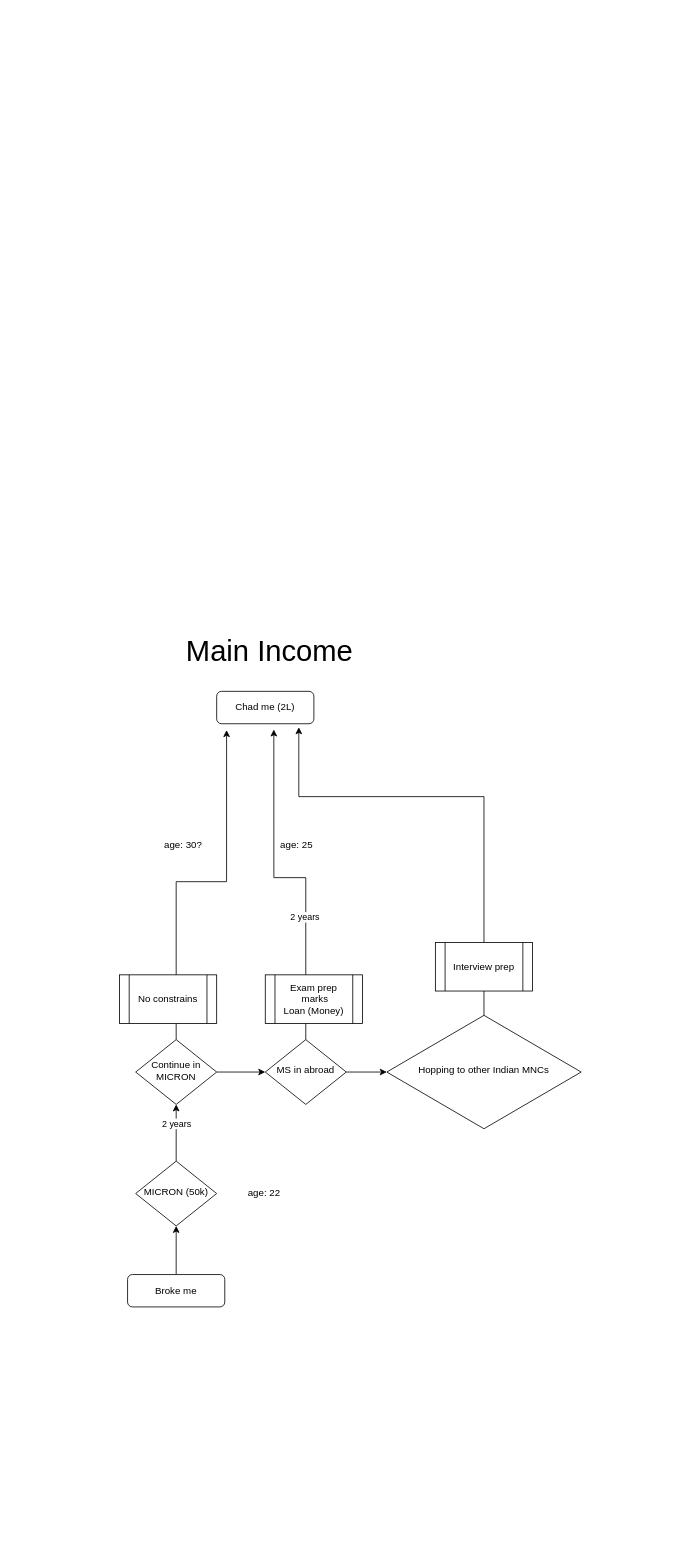
Earlier version of the draw.io diagram Untitled Diagram.drawio (blackcloud007/Motivation). Source tidied: cells renumbered, new cells numbered last; positions are measured from the earlier drawing's top-left corner, leaving out a move shared by most shapes. Both pictures are drawn from the tidied source at 81%, with x=0, y=0 at pixel (119, 626).
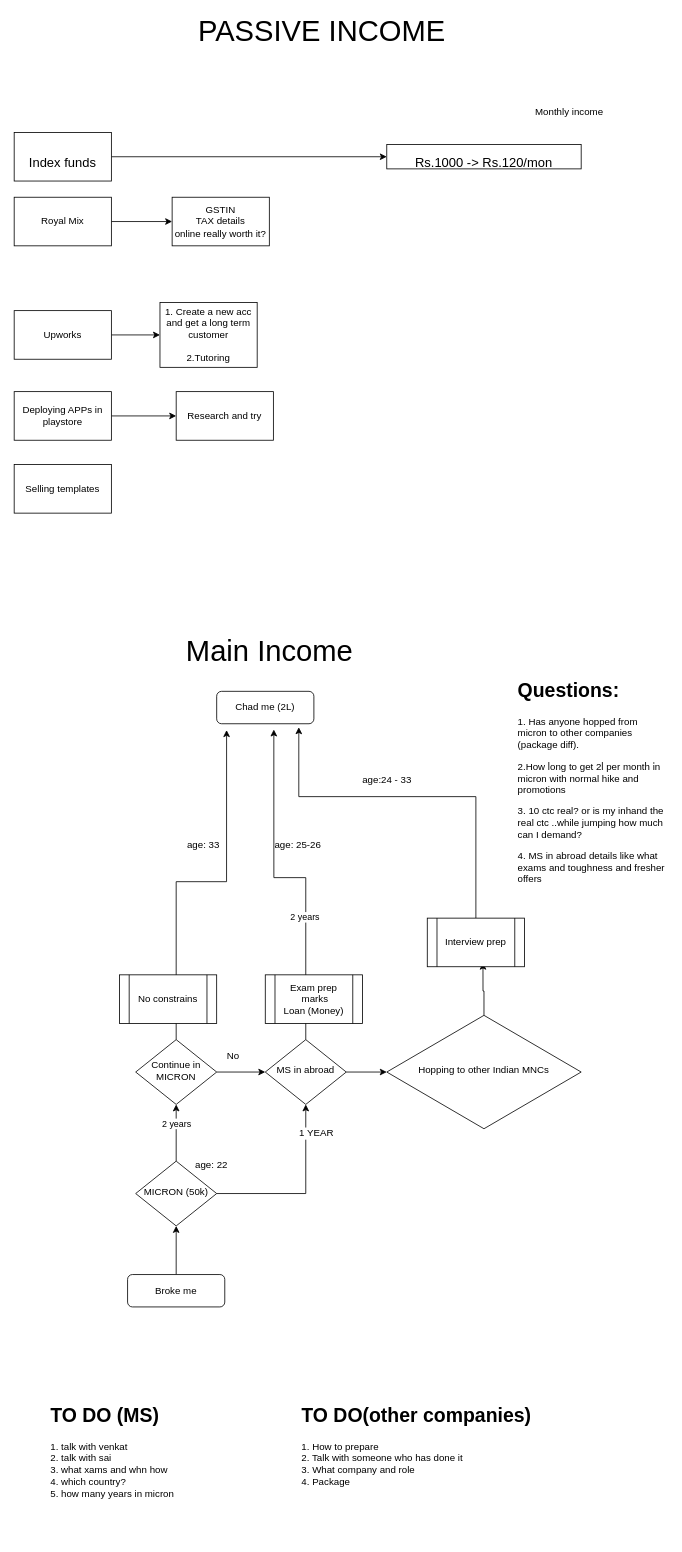
Above is the later version.

Unchanged cells that the change refers to:
```xml
<mxCell id="2" value="Chad me (2L)" style="rounded=1;whiteSpace=wrap;html=1;fontSize=12;glass=0;strokeWidth=1;shadow=0;" parent="1" vertex="1">
  <mxGeometry x="120" y="80" width="120" height="40" as="geometry" />
</mxCell>
<mxCell id="5" value="MICRON (50k)" style="rhombus;whiteSpace=wrap;html=1;shadow=0;fontFamily=Helvetica;fontSize=12;align=center;strokeWidth=1;spacing=6;spacingTop=-4;" parent="1" vertex="1">
  <mxGeometry x="20" y="660" width="100" height="80" as="geometry" />
</mxCell>
<mxCell id="14" value="MS in abroad" style="rhombus;whiteSpace=wrap;html=1;shadow=0;fontFamily=Helvetica;fontSize=12;align=center;strokeWidth=1;spacing=6;spacingTop=-4;" parent="1" vertex="1">
  <mxGeometry x="180" y="510" width="100" height="80" as="geometry" />
</mxCell>
<mxCell id="16" value="Hopping to other Indian MNCs" style="rhombus;whiteSpace=wrap;html=1;shadow=0;fontFamily=Helvetica;fontSize=12;align=center;strokeWidth=1;spacing=6;spacingTop=-4;" parent="1" vertex="1">
  <mxGeometry x="330" y="480" width="240" height="140" as="geometry" />
</mxCell>
```

What changed in the source:
```diff
@@
-    <mxCell id="15" style="edgeStyle=orthogonalEdgeStyle;rounded=0;jettySize=auto;html=1;entryX=0.845;entryY=1.108;entryDx=0;entryDy=0;entryPerimeter=0;" parent="1" edge="1" source="16" target="2">
+    <mxCell id="15" style="edgeStyle=orthogonalEdgeStyle;rounded=0;jettySize=auto;html=1;entryX=0.845;entryY=1.108;entryDx=0;entryDy=0;entryPerimeter=0;startArrow=none;" parent="1" edge="1" source="22" target="2">
       <mxGeometry relative="1" as="geometry">
         <Array as="points">
-          <mxPoint x="450" y="210" />
           <mxPoint x="221" y="210" />
         </Array>
       </mxGeometry>
     </mxCell>
+    <mxCell id="24" style="edgeStyle=orthogonalEdgeStyle;rounded=0;jettySize=auto;html=1;entryX=0.573;entryY=0.918;entryDx=0;entryDy=0;entryPerimeter=0;fontSize=36;" parent="1" edge="1" source="16" target="22">
+      <mxGeometry relative="1" as="geometry" />
+    </mxCell>
@@
+    <mxCell id="25" style="edgeStyle=orthogonalEdgeStyle;rounded=0;jettySize=auto;html=1;entryX=0.5;entryY=1;entryDx=0;entryDy=0;fontSize=12;exitX=1;exitY=0.5;exitDx=0;exitDy=0;" parent="1" edge="1" source="5" target="14">
+      <mxGeometry relative="1" as="geometry" />
+    </mxCell>
+    <mxCell id="26" value="1 YEAR" style="edgeLabel;html=1;align=center;verticalAlign=middle;fontSize=12;" parent="25" vertex="1">
+      <mxGeometry x="0.67" y="-12" relative="1" as="geometry">
+        <mxPoint y="-1" as="offset" />
+      </mxGeometry>
+    </mxCell>
     <mxCell id="17" value="age: 22&amp;nbsp;" style="text;html=1;align=center;verticalAlign=middle;strokeColor=none;fillColor=none;" parent="1" vertex="1">
-      <mxGeometry x="145" y="685" width="70" height="30" as="geometry" />
+      <mxGeometry x="80" y="650" width="70" height="30" as="geometry" />
     </mxCell>
-    <mxCell id="18" value="age: 25&amp;nbsp;" style="text;html=1;align=center;verticalAlign=middle;strokeColor=none;fillColor=none;" parent="1" vertex="1">
-      <mxGeometry x="185" y="255" width="70" height="30" as="geometry" />
+    <mxCell id="18" value="age: 25-26" style="text;html=1;align=center;verticalAlign=middle;strokeColor=none;fillColor=none;" parent="1" vertex="1">
+      <mxGeometry x="180" y="255" width="80" height="30" as="geometry" />
     </mxCell>
-    <mxCell id="19" value="age: 30?&amp;nbsp;" style="text;html=1;align=center;verticalAlign=middle;strokeColor=none;fillColor=none;" parent="1" vertex="1">
-      <mxGeometry x="45" y="255" width="70" height="30" as="geometry" />
+    <mxCell id="19" value="age: 33&amp;nbsp;" style="text;html=1;align=center;verticalAlign=middle;strokeColor=none;fillColor=none;" parent="1" vertex="1">
+      <mxGeometry x="70" y="255" width="70" height="30" as="geometry" />
     </mxCell>
@@
+    <mxCell id="23" value="&lt;font style=&quot;font-size: 36px;&quot;&gt;Main Income&lt;/font&gt;" style="text;html=1;align=center;verticalAlign=middle;strokeColor=none;fillColor=none;" parent="1" vertex="1">
+      <mxGeometry x="70" width="230" height="60" as="geometry" />
+    </mxCell>
     <mxCell id="22" value="Interview prep" style="shape=process;whiteSpace=wrap;html=1;backgroundOutline=1;" parent="1" vertex="1">
-      <mxGeometry x="390" y="390" width="120" height="60" as="geometry" />
+      <mxGeometry x="380" y="360" width="120" height="60" as="geometry" />
     </mxCell>
-    <mxCell id="23" value="&lt;font style=&quot;font-size: 36px;&quot;&gt;Main Income&lt;/font&gt;" style="text;html=1;align=center;verticalAlign=middle;strokeColor=none;fillColor=none;" parent="1" vertex="1">
-      <mxGeometry x="70" width="230" height="60" as="geometry" />
-    </mxCell>
+    <mxCell id="27" value="&lt;h1&gt;Questions:&lt;/h1&gt;&lt;p&gt;1. Has anyone hopped from micron to other companies (package diff).&lt;/p&gt;&lt;p&gt;2.How long to get 2l per month in micron with normal hike and promotions&lt;/p&gt;&lt;p&gt;3. 10 ctc real? or is my inhand the real ctc ..while jumping how much can I demand?&lt;/p&gt;&lt;p&gt;4. MS in abroad details like what exams and toughness and fresher offers&lt;/p&gt;" style="text;html=1;strokeColor=none;fillColor=none;spacing=5;spacingTop=-20;whiteSpace=wrap;overflow=hidden;rounded=0;fontSize=12;" parent="1" vertex="1">
+      <mxGeometry x="487" y="60" width="190" height="270" as="geometry" />
+    </mxCell>
+    <mxCell id="28" value="&lt;font style=&quot;font-size: 36px;&quot;&gt;PASSIVE INCOME&lt;/font&gt;" style="text;html=1;strokeColor=none;fillColor=none;align=center;verticalAlign=middle;whiteSpace=wrap;rounded=0;fontSize=12;" parent="1" vertex="1">
+      <mxGeometry x="-30" y="-750" width="560" height="30" as="geometry" />
+    </mxCell>
+    <mxCell id="29" style="edgeStyle=orthogonalEdgeStyle;rounded=0;jettySize=auto;html=1;fontSize=12;" parent="1" edge="1" source="30" target="31">
+      <mxGeometry relative="1" as="geometry" />
+    </mxCell>
+    <mxCell id="30" value="&lt;font size=&quot;3&quot;&gt;Index funds&lt;br&gt;&lt;/font&gt;" style="whiteSpace=wrap;html=1;fontSize=36;" parent="1" vertex="1">
+      <mxGeometry x="-130" y="-610" width="120" height="60" as="geometry" />
+    </mxCell>
+    <mxCell id="31" value="&lt;font size=&quot;3&quot;&gt;Rs.1000 -&amp;gt; Rs.120/mon&lt;br&gt;&lt;/font&gt;" style="whiteSpace=wrap;html=1;fontSize=36;" parent="1" vertex="1">
+      <mxGeometry x="330" y="-595" width="240" height="30" as="geometry" />
+    </mxCell>
+    <mxCell id="32" value="Monthly income" style="text;html=1;align=center;verticalAlign=middle;strokeColor=none;fillColor=none;fontSize=12;" parent="1" vertex="1">
+      <mxGeometry x="500" y="-650" width="110" height="30" as="geometry" />
+    </mxCell>
+    <mxCell id="33" style="edgeStyle=orthogonalEdgeStyle;rounded=0;jettySize=auto;html=1;fontSize=12;" parent="1" edge="1" source="34" target="35">
+      <mxGeometry relative="1" as="geometry" />
+    </mxCell>
+    <mxCell id="34" value="Royal Mix" style="rounded=0;whiteSpace=wrap;html=1;fontSize=12;" parent="1" vertex="1">
+      <mxGeometry x="-130" y="-530" width="120" height="60" as="geometry" />
+    </mxCell>
+    <mxCell id="35" value="GSTIN&lt;br&gt;TAX details&lt;br&gt;online really worth it?" style="whiteSpace=wrap;html=1;rounded=0;" parent="1" vertex="1">
+      <mxGeometry x="65" y="-530" width="120" height="60" as="geometry" />
+    </mxCell>
+    <mxCell id="36" style="edgeStyle=orthogonalEdgeStyle;rounded=0;jettySize=auto;html=1;fontSize=12;" parent="1" edge="1" source="37" target="38">
+      <mxGeometry relative="1" as="geometry" />
+    </mxCell>
+    <mxCell id="37" value="Upworks" style="rounded=0;whiteSpace=wrap;html=1;fontSize=12;" parent="1" vertex="1">
+      <mxGeometry x="-130" y="-390" width="120" height="60" as="geometry" />
+    </mxCell>
+    <mxCell id="38" value="1. Create a new acc&lt;br&gt;and get a long term customer&lt;br&gt;&lt;br&gt;2.Tutoring" style="rounded=0;whiteSpace=wrap;html=1;fontSize=12;" parent="1" vertex="1">
+      <mxGeometry x="50" y="-400" width="120" height="80" as="geometry" />
+    </mxCell>
+    <mxCell id="39" style="edgeStyle=orthogonalEdgeStyle;rounded=0;jettySize=auto;html=1;fontSize=12;" parent="1" edge="1" source="40" target="41">
+      <mxGeometry relative="1" as="geometry" />
+    </mxCell>
+    <mxCell id="40" value="Deploying APPs in playstore" style="rounded=0;whiteSpace=wrap;html=1;fontSize=12;" parent="1" vertex="1">
+      <mxGeometry x="-130" y="-290" width="120" height="60" as="geometry" />
+    </mxCell>
+    <mxCell id="41" value="Research and try" style="whiteSpace=wrap;html=1;rounded=0;" parent="1" vertex="1">
+      <mxGeometry x="70" y="-290" width="120" height="60" as="geometry" />
+    </mxCell>
+    <mxCell id="42" value="Selling templates" style="rounded=0;whiteSpace=wrap;html=1;fontSize=12;" parent="1" vertex="1">
+      <mxGeometry x="-130" y="-200" width="120" height="60" as="geometry" />
+    </mxCell>
+    <mxCell id="43" value="No" style="text;html=1;align=center;verticalAlign=middle;strokeColor=none;fillColor=none;fontSize=12;" parent="1" vertex="1">
+      <mxGeometry x="120" y="515" width="40" height="30" as="geometry" />
+    </mxCell>
+    <mxCell id="44" value="age:24 - 33" style="text;html=1;align=center;verticalAlign=middle;strokeColor=none;fillColor=none;fontSize=12;" parent="1" vertex="1">
+      <mxGeometry x="290" y="175" width="80" height="30" as="geometry" />
+    </mxCell>
+    <mxCell id="45" value="&lt;h1&gt;TO DO (MS)&lt;/h1&gt;&lt;div&gt;1. talk with venkat&lt;/div&gt;&lt;div&gt;2. talk with sai&lt;/div&gt;&lt;div&gt;3. what xams and whn how&lt;/div&gt;&lt;div&gt;4. which country?&lt;/div&gt;&lt;div&gt;5. how many years in micron&lt;/div&gt;" style="text;html=1;strokeColor=none;fillColor=none;spacing=5;spacingTop=-20;whiteSpace=wrap;overflow=hidden;rounded=0;fontSize=12;" parent="1" vertex="1">
+      <mxGeometry x="-90" y="955" width="190" height="135" as="geometry" />
+    </mxCell>
+    <mxCell id="46" value="&lt;h1&gt;TO DO(other companies)&lt;/h1&gt;&lt;div&gt;1. How to prepare&lt;/div&gt;&lt;div&gt;2. Talk with someone who has done it&lt;/div&gt;&lt;div&gt;3. What company and role&lt;/div&gt;&lt;div&gt;4. Package&lt;/div&gt;" style="text;html=1;strokeColor=none;fillColor=none;spacing=5;spacingTop=-20;whiteSpace=wrap;overflow=hidden;rounded=0;fontSize=12;" parent="1" vertex="1">
+      <mxGeometry x="220" y="955" width="310" height="170" as="geometry" />
+    </mxCell>
```
